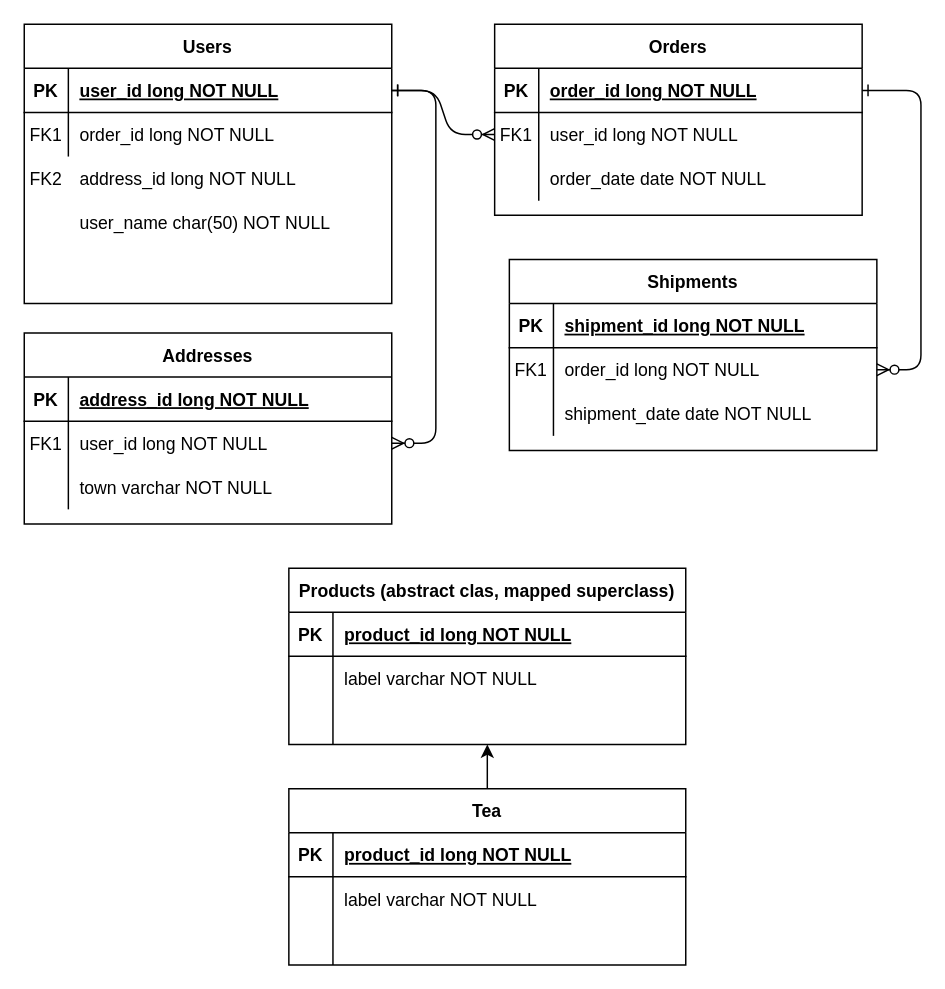
Before: My E-Commerce diagram.drawio.xml in JakubJenc/My-E-Commerce, a draw.io diagram. Source tidied: cells renumbered, new cells numbered last; positions are measured from the earlier drawing's top-left corner, leaving out a move shared by most shapes. Both pictures are drawn from the tidied source at 147%, with x=0, y=0 at pixel (24, 24).
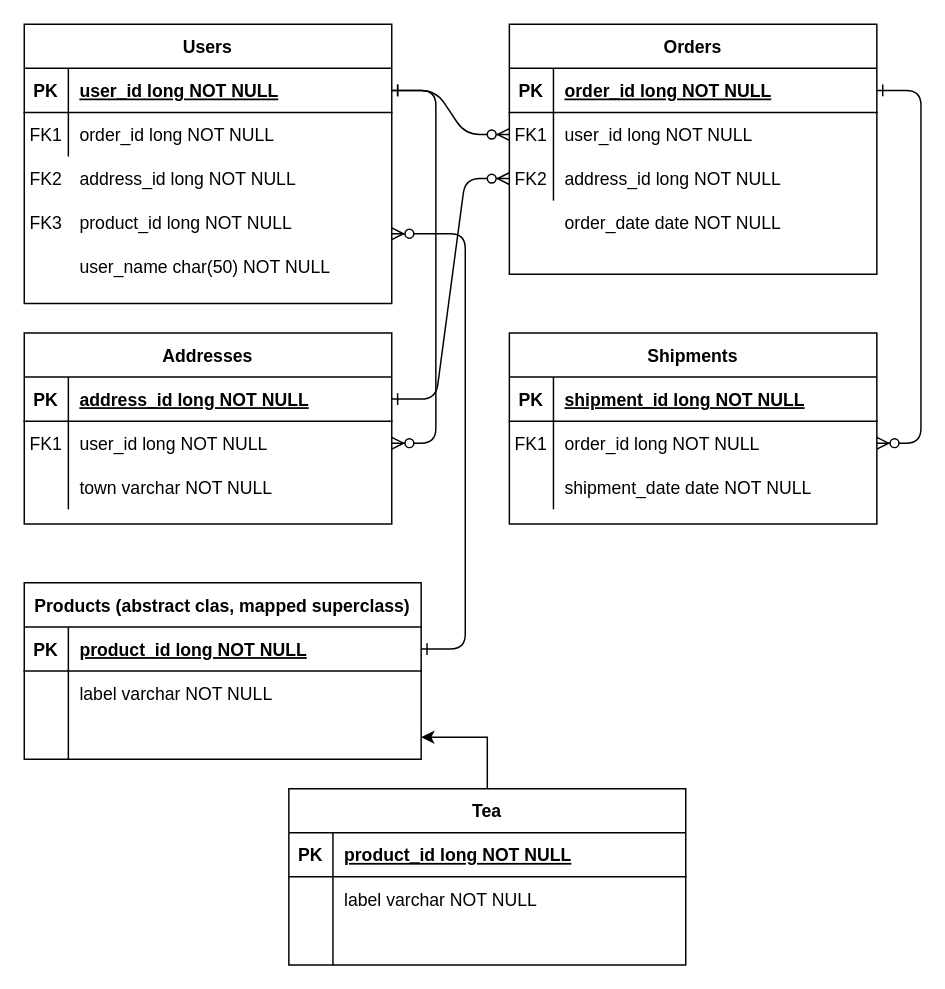
After the change.

Commit message:
My E-Commerce table relations diagram modified

The change refers to these unchanged cells:
```xml
<mxCell id="11" style="shape=partialRectangle;fillColor=none;points=[[0,0.5],[1,0.5]];portConstraint=eastwest;top=0;left=0;right=0;bottom=0;" parent="4" vertex="1">
  <mxGeometry y="90" width="250" height="30" as="geometry" />
</mxCell>
<mxCell id="24" value="Users" style="shape=table;startSize=30;childLayout=tableLayout;rowLines=0;fontStyle=1;align=center;" parent="1" vertex="1">
  <mxGeometry width="250" height="190" as="geometry" />
</mxCell>
<mxCell id="32" style="shape=partialRectangle;fillColor=none;points=[[0,0.5],[1,0.5]];portConstraint=eastwest;top=0;left=0;right=0;bottom=1;" parent="31" vertex="1">
  <mxGeometry y="30" width="250" height="30" as="geometry" />
</mxCell>
<mxCell id="43" style="shape=partialRectangle;fillColor=none;points=[[0,0.5],[1,0.5]];portConstraint=eastwest;top=0;left=0;right=0;bottom=1;" parent="42" vertex="1">
  <mxGeometry y="30" width="270" height="30" as="geometry" />
</mxCell>
```

Diff of the diagram source:
```diff
@@
     <mxCell id="4" value="Orders" style="shape=table;startSize=30;childLayout=tableLayout;rowLines=0;fontStyle=1;align=center;" parent="1" vertex="1">
-      <mxGeometry x="320" width="250" height="130" as="geometry" />
+      <mxGeometry x="330" width="250" height="170" as="geometry" />
     </mxCell>
@@
-    <mxCell id="12" style="shape=partialRectangle;overflow=hidden;fillColor=none;top=0;left=0;bottom=0;right=0;" parent="11" vertex="1">
+    <mxCell id="12" value="FK2" style="shape=partialRectangle;overflow=hidden;fillColor=none;top=0;left=0;bottom=0;right=0;" parent="11" vertex="1">
       <mxGeometry width="30" height="30" as="geometry" />
     </mxCell>
-    <mxCell id="13" value="order_date date NOT NULL" style="shape=partialRectangle;overflow=hidden;fillColor=none;top=0;left=0;bottom=0;right=0;align=left;spacingLeft=6;" parent="11" vertex="1">
+    <mxCell id="13" value="address_id long NOT NULL" style="shape=partialRectangle;overflow=hidden;fillColor=none;top=0;left=0;bottom=0;right=0;align=left;spacingLeft=6;" parent="11" vertex="1">
       <mxGeometry x="30" width="220" height="30" as="geometry" />
     </mxCell>
     <mxCell id="14" value="Shipments" style="shape=table;startSize=30;childLayout=tableLayout;rowLines=0;fontStyle=1;align=center;" parent="1" vertex="1">
-      <mxGeometry x="330" y="160" width="250" height="130" as="geometry" />
+      <mxGeometry x="330" y="210" width="250" height="130" as="geometry" />
     </mxCell>
@@
     <mxCell id="42" value="Products (abstract clas, mapped superclass)" style="shape=table;startSize=30;childLayout=tableLayout;rowLines=0;fontStyle=1;align=center;" parent="1" vertex="1">
-      <mxGeometry x="180" y="370" width="270" height="120" as="geometry" />
+      <mxGeometry y="380" width="270" height="120" as="geometry" />
     </mxCell>
@@
-    <mxCell id="54" value="user_name char(50) NOT NULL" style="shape=partialRectangle;overflow=hidden;fillColor=none;top=0;left=0;bottom=0;right=0;align=left;spacingLeft=6;" parent="1" vertex="1">
+    <mxCell id="54" value="product_id long NOT NULL" style="shape=partialRectangle;overflow=hidden;fillColor=none;top=0;left=0;bottom=0;right=0;align=left;spacingLeft=6;" parent="1" vertex="1">
       <mxGeometry x="30" y="120" width="220" height="30" as="geometry" />
     </mxCell>
@@
+    <mxCell id="67" style="edgeStyle=entityRelationEdgeStyle;endArrow=ERzeroToMany;startArrow=ERone;endFill=1;startFill=0;exitX=1;exitY=0.5;exitDx=0;exitDy=0;" parent="1" edge="1" source="32" target="11">
+      <mxGeometry relative="1" as="geometry" />
+    </mxCell>
+    <mxCell id="68" value="order_date date NOT NULL" style="shape=partialRectangle;overflow=hidden;fillColor=none;top=0;left=0;bottom=0;right=0;align=left;spacingLeft=6;" parent="1" vertex="1">
+      <mxGeometry x="360" y="120" width="220" height="30" as="geometry" />
+    </mxCell>
+    <mxCell id="69" value="FK3" style="shape=partialRectangle;overflow=hidden;fillColor=none;top=0;left=0;bottom=0;right=0;fontStyle=0;" parent="1" vertex="1">
+      <mxGeometry y="120" width="30" height="30" as="geometry" />
+    </mxCell>
+    <mxCell id="70" value="user_name char(50) NOT NULL" style="shape=partialRectangle;overflow=hidden;fillColor=none;top=0;left=0;bottom=0;right=0;align=left;spacingLeft=6;" parent="1" vertex="1">
+      <mxGeometry x="30" y="150" width="220" height="30" as="geometry" />
+    </mxCell>
+    <mxCell id="71" style="edgeStyle=entityRelationEdgeStyle;endArrow=ERzeroToMany;startArrow=ERone;endFill=1;startFill=0;entryX=1;entryY=0.75;entryDx=0;entryDy=0;" parent="1" edge="1" source="43" target="24">
+      <mxGeometry relative="1" as="geometry" />
+    </mxCell>
```
